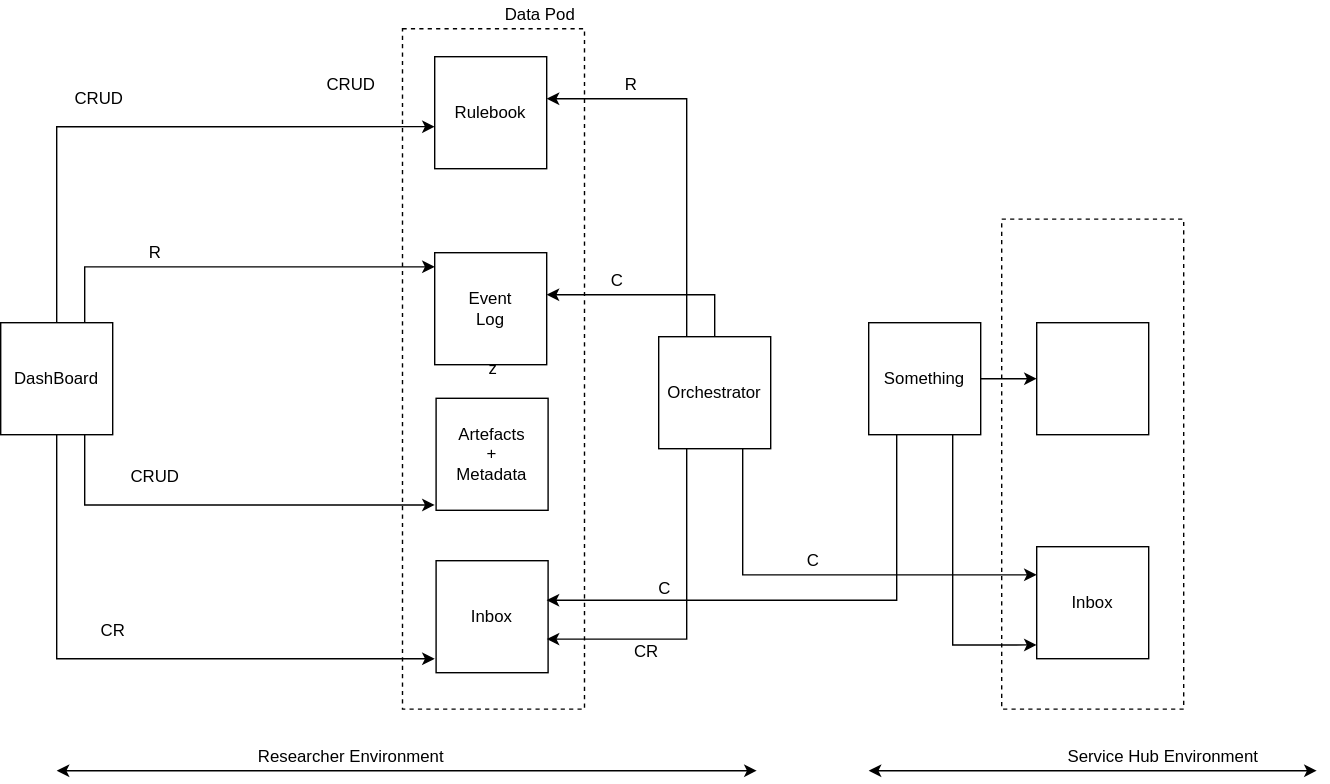
The draw.io diagram images/mellon-crud-app.svg in MellonScholarlyCommunication/spec-overview, before a commit. Source tidied: cells renumbered, new cells last; positions are measured from the earlier drawing's top-left corner, leaving out a move shared by most shapes.
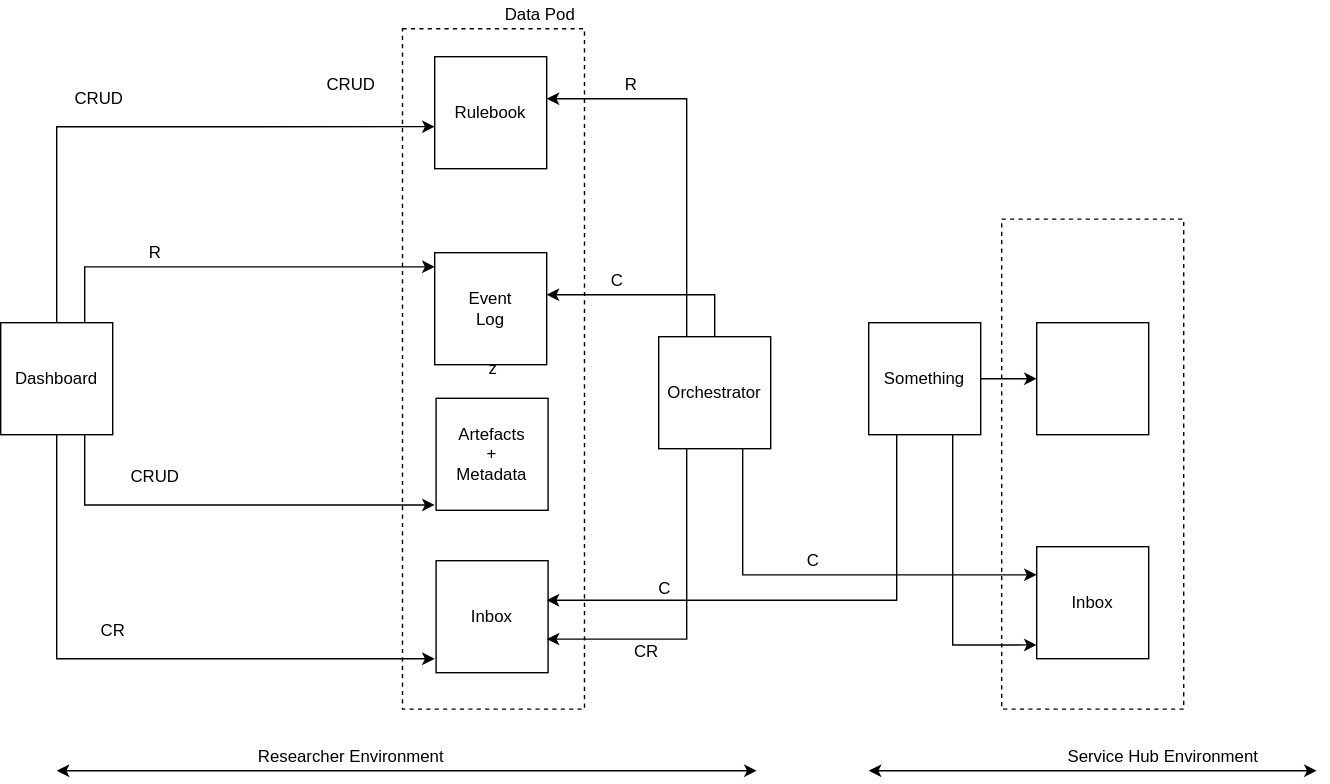
Later version of the same file.

The edit, as a diff of the source:
```diff
@@ -25,7 +25,7 @@
         </Array>
       </mxGeometry>
     </mxCell>
-    <mxCell id="7" value="DashBoard" style="whiteSpace=wrap;html=1;" parent="1" vertex="1">
+    <mxCell id="7" value="Dashboard" style="whiteSpace=wrap;html=1;" parent="1" vertex="1">
       <mxGeometry y="230" width="80" height="80" as="geometry" />
     </mxCell>
     <mxCell id="8" value="Rulebook" style="whiteSpace=wrap;html=1;" parent="1" vertex="1">
```
